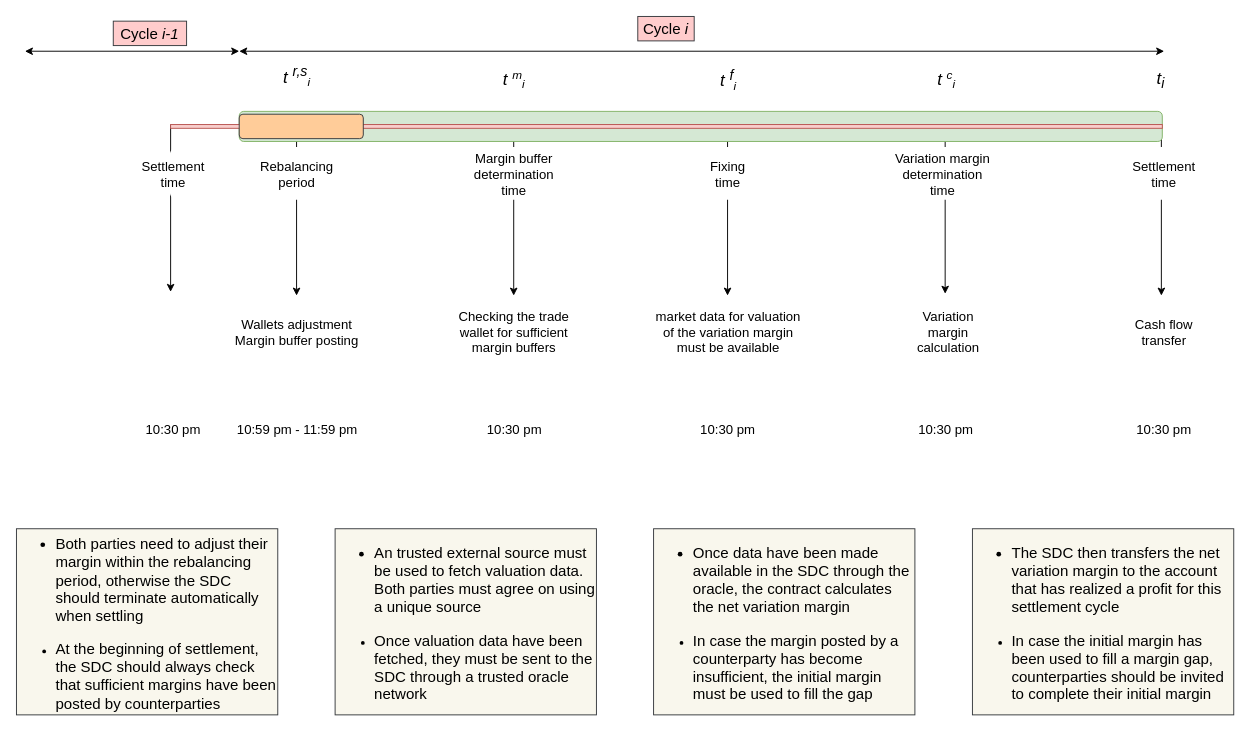
Before: page "Time events" (3 of 5) of qualitaX.drawio in Edoumou/drawings, a draw.io diagram. Source tidied: cells renumbered, new cells numbered last; positions are measured from the earlier drawing's top-left corner, leaving out a move shared by most shapes. Both pictures are drawn from the tidied source at 94%, with x=0, y=0 at pixel (16, 16).
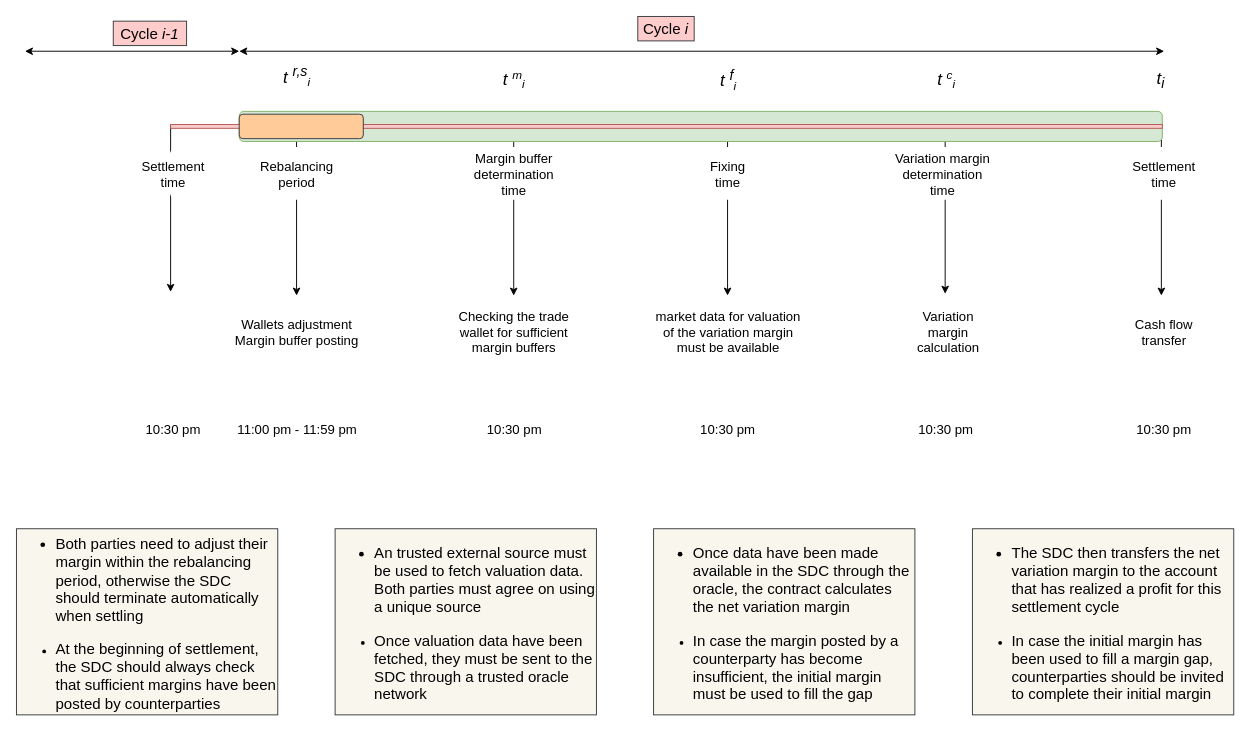
The same page after the edit.

What changed in the source:
```diff
@@
-    <mxCell id="36" value="&lt;font style=&quot;font-size: 14px;&quot;&gt;10:59 pm - 11:59 pm&lt;/font&gt;" style="text;html=1;align=center;verticalAlign=middle;whiteSpace=wrap;rounded=0;" parent="1" vertex="1">
+    <mxCell id="36" value="&lt;font style=&quot;font-size: 14px;&quot;&gt;11:00 pm - 11:59 pm&lt;/font&gt;" style="text;html=1;align=center;verticalAlign=middle;whiteSpace=wrap;rounded=0;" parent="1" vertex="1">
       <mxGeometry x="227.5" y="427" width="142" height="25" as="geometry" />
     </mxCell>
```
